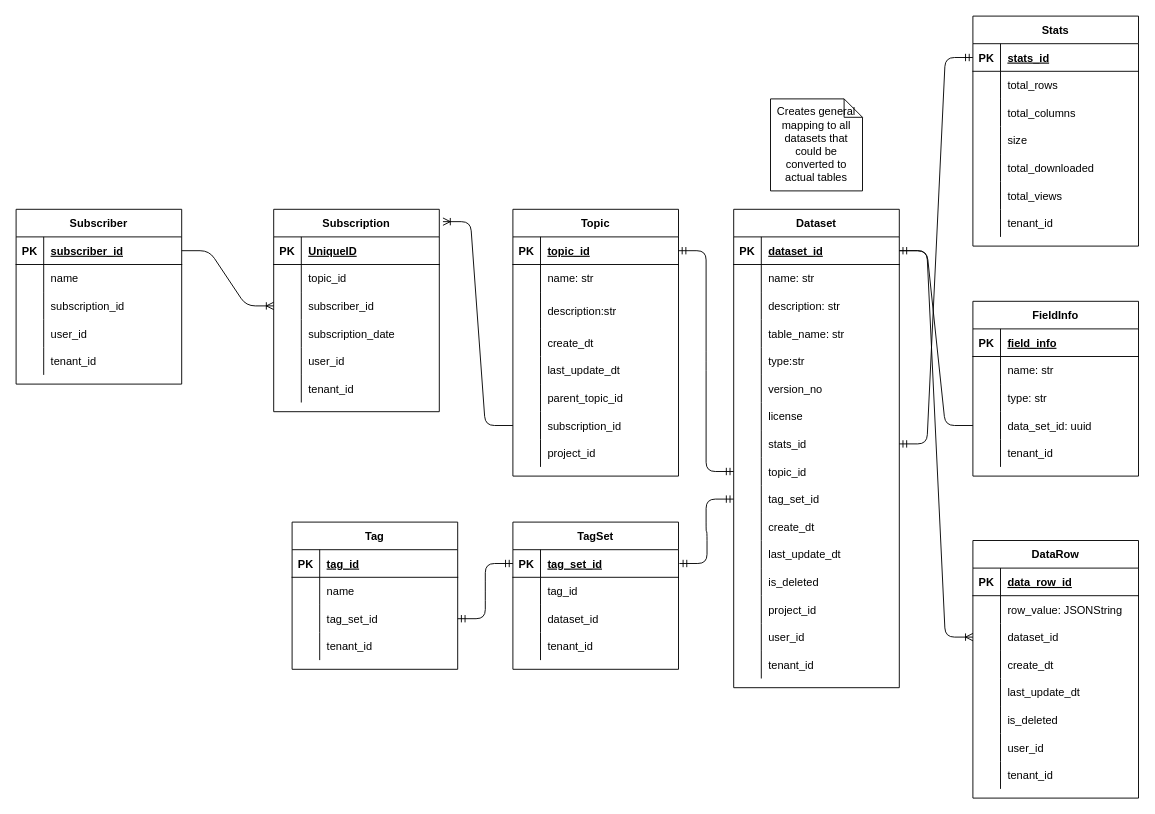
LENAX/public-sentiment-analysis keeps this draw.io diagram as page "Data Provider" (5 of 7) of docs/design/PubSent-Models.drawio. Above is the earlier version. Source tidied: cells renumbered, new cells numbered last; positions are measured from the earlier drawing's top-left corner, leaving out a move shared by most shapes. Both pictures are drawn from the tidied source at 92%, with x=0, y=0 at pixel (16, 16).
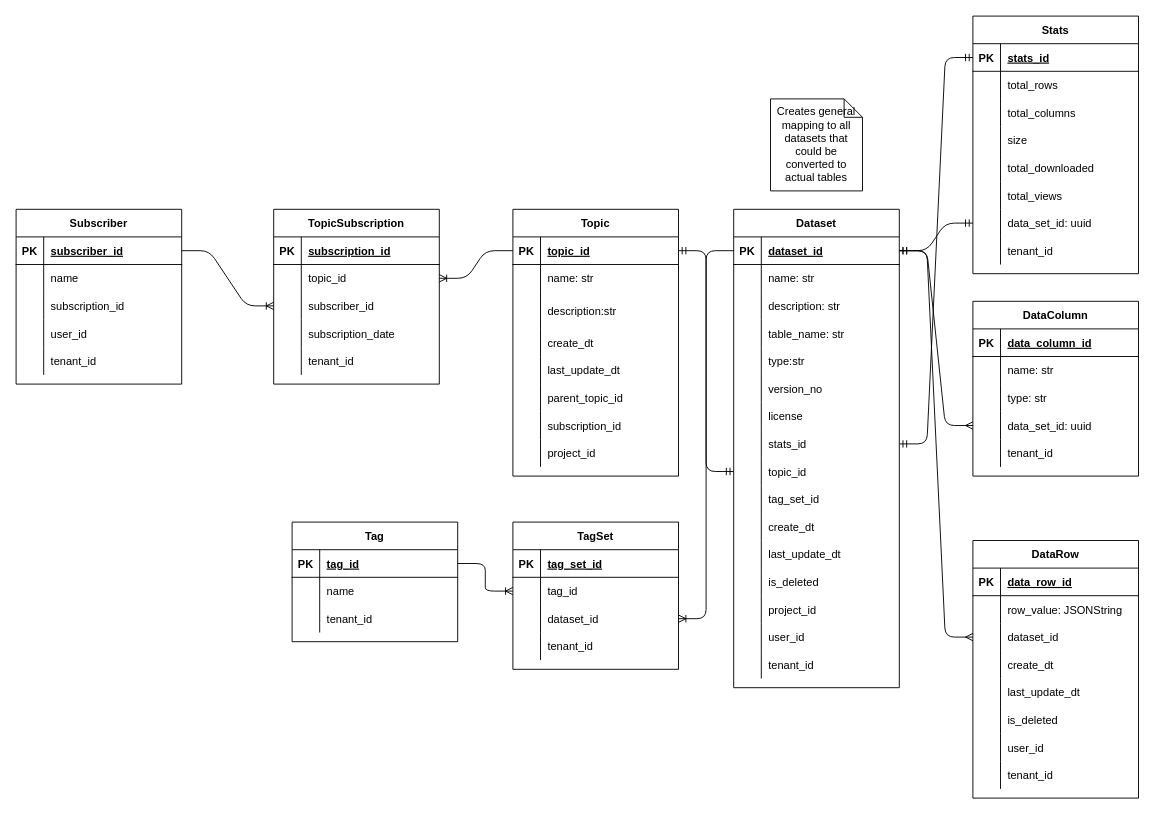
The same page after the edit.

The change refers to these unchanged cells:
```xml
<mxCell id="3" style="shape=partialRectangle;fillColor=none;top=0;left=0;bottom=1;right=0;points=[[0,0.5],[1,0.5]];portConstraint=eastwest;" parent="2" vertex="1">
  <mxGeometry y="30" width="180" height="30" as="geometry" />
</mxCell>
<mxCell id="30" style="shape=partialRectangle;fillColor=none;top=0;left=0;bottom=0;right=0;points=[[0,0.5],[1,0.5]];portConstraint=eastwest;" parent="2" vertex="1">
  <mxGeometry y="300" width="180" height="30" as="geometry" />
</mxCell>
<mxCell id="52" style="shape=partialRectangle;fillColor=none;top=0;left=0;bottom=1;right=0;" parent="51" vertex="1">
  <mxGeometry y="30" width="180" height="30" as="geometry" />
</mxCell>
<mxCell id="61" style="shape=partialRectangle;fillColor=none;top=0;left=0;bottom=0;right=0;points=[[0,0.5],[1,0.5]];portConstraint=eastwest;" parent="51" vertex="1">
  <mxGeometry y="120" width="180" height="30" as="geometry" />
</mxCell>
<mxCell id="74" style="shape=partialRectangle;fillColor=none;top=0;left=0;bottom=0;right=0;points=[[0,0.5],[1,0.5]];portConstraint=eastwest;" parent="67" vertex="1">
  <mxGeometry y="90" width="180" height="30" as="geometry" />
</mxCell>
<mxCell id="93" style="shape=partialRectangle;fillColor=none;top=0;left=0;bottom=1;right=0;points=[[0,0.5],[1,0.5]];portConstraint=eastwest;" parent="92" vertex="1">
  <mxGeometry y="30" width="180" height="30" as="geometry" />
</mxCell>
<mxCell id="111" style="shape=partialRectangle;fillColor=none;top=0;left=0;bottom=0;right=0;points=[[0,0.5],[1,0.5]];portConstraint=eastwest;" parent="92" vertex="1">
  <mxGeometry y="220" width="180" height="30" as="geometry" />
</mxCell>
<mxCell id="118" style="shape=partialRectangle;fillColor=none;top=0;left=0;bottom=1;right=0;" parent="117" vertex="1">
  <mxGeometry y="30" width="180" height="30" as="geometry" />
</mxCell>
<mxCell id="121" style="shape=partialRectangle;fillColor=none;top=0;left=0;bottom=0;right=0;points=[[0,0.5],[1,0.5]];portConstraint=eastwest;" parent="117" vertex="1">
  <mxGeometry y="60" width="180" height="30" as="geometry" />
</mxCell>
<mxCell id="175" style="shape=partialRectangle;fillColor=none;top=0;left=0;bottom=1;right=0;points=[[0,0.5],[1,0.5]];portConstraint=eastwest;" parent="174" vertex="1">
  <mxGeometry y="30" width="180" height="30" as="geometry" />
</mxCell>
<mxCell id="188" style="shape=partialRectangle;fillColor=none;top=0;left=0;bottom=1;right=0;points=[[0,0.5],[1,0.5]];portConstraint=eastwest;" parent="187" vertex="1">
  <mxGeometry y="30" width="180" height="30" as="geometry" />
</mxCell>
<mxCell id="191" style="shape=partialRectangle;fillColor=none;top=0;left=0;bottom=0;right=0;points=[[0,0.5],[1,0.5]];portConstraint=eastwest;" parent="187" vertex="1">
  <mxGeometry y="60" width="180" height="30" as="geometry" />
</mxCell>
<mxCell id="194" style="shape=partialRectangle;fillColor=none;top=0;left=0;bottom=0;right=0;points=[[0,0.5],[1,0.5]];portConstraint=eastwest;" parent="187" vertex="1">
  <mxGeometry y="90" width="180" height="30" as="geometry" />
</mxCell>
```

What changed in the source:
```diff
@@
-    <mxCell id="51" value="FieldInfo" style="shape=table;startSize=30;childLayout=tableLayout;rowLines=0;fontStyle=1;align=center;" parent="1" vertex="1">
+    <mxCell id="51" value="DataColumn" style="shape=table;startSize=30;childLayout=tableLayout;rowLines=0;fontStyle=1;align=center;" parent="1" vertex="1">
       <mxGeometry x="1040" y="310" width="180" height="190" as="geometry" />
     </mxCell>
@@
-    <mxCell id="54" value="field_info" style="shape=partialRectangle;fillColor=none;top=0;left=0;bottom=0;right=0;align=left;spacingLeft=6;fontStyle=5;overflow=hidden;" parent="52" vertex="1">
+    <mxCell id="54" value="data_column_id" style="shape=partialRectangle;fillColor=none;top=0;left=0;bottom=0;right=0;align=left;spacingLeft=6;fontStyle=5;overflow=hidden;" parent="52" vertex="1">
       <mxGeometry x="30" width="150" height="30" as="geometry" />
     </mxCell>
@@
-    <mxCell id="117" value="Subscription" style="shape=table;startSize=30;childLayout=tableLayout;rowLines=0;fontStyle=1;align=center;" parent="1" vertex="1">
-      <mxGeometry x="280" y="210" width="180" height="220" as="geometry" />
+    <mxCell id="117" value="TopicSubscription" style="shape=table;startSize=30;childLayout=tableLayout;rowLines=0;fontStyle=1;align=center;" parent="1" vertex="1">
+      <mxGeometry x="280" y="210" width="180" height="190" as="geometry" />
     </mxCell>
@@
-    <mxCell id="120" value="UniqueID" style="shape=partialRectangle;fillColor=none;top=0;left=0;bottom=0;right=0;align=left;spacingLeft=6;fontStyle=5;overflow=hidden;" parent="118" vertex="1">
+    <mxCell id="120" value="subscription_id" style="shape=partialRectangle;fillColor=none;top=0;left=0;bottom=0;right=0;align=left;spacingLeft=6;fontStyle=5;overflow=hidden;" parent="118" vertex="1">
       <mxGeometry x="30" width="150" height="30" as="geometry" />
     </mxCell>
@@
-    <mxCell id="130" style="shape=partialRectangle;fillColor=none;top=0;left=0;bottom=0;right=0;" parent="117" vertex="1">
-      <mxGeometry y="150" width="180" height="30" as="geometry" />
-    </mxCell>
-    <mxCell id="131" style="shape=partialRectangle;fillColor=none;top=0;left=0;bottom=0;right=0;overflow=hidden;" parent="130" vertex="1">
-      <mxGeometry width="30" height="30" as="geometry" />
-    </mxCell>
-    <mxCell id="132" value="user_id" style="shape=partialRectangle;fillColor=none;top=0;left=0;bottom=0;right=0;align=left;spacingLeft=6;overflow=hidden;" parent="130" vertex="1">
-      <mxGeometry x="30" width="150" height="30" as="geometry" />
-    </mxCell>
     <mxCell id="133" style="shape=partialRectangle;fillColor=none;top=0;left=0;bottom=0;right=0;" parent="117" vertex="1">
-      <mxGeometry y="180" width="180" height="30" as="geometry" />
+      <mxGeometry y="150" width="180" height="30" as="geometry" />
     </mxCell>
@@
     <mxCell id="152" value="Stats" style="shape=table;startSize=30;childLayout=tableLayout;rowLines=0;fontStyle=1;align=center;" parent="1" vertex="1">
-      <mxGeometry x="1040" width="180" height="250" as="geometry" />
+      <mxGeometry x="1040" width="180" height="280" as="geometry" />
     </mxCell>
@@
+    <mxCell id="209" style="shape=partialRectangle;fillColor=none;top=0;left=0;bottom=0;right=0;points=[[0,0.5],[1,0.5]];portConstraint=eastwest;" parent="152" vertex="1">
+      <mxGeometry y="210" width="180" height="30" as="geometry" />
+    </mxCell>
+    <mxCell id="210" style="shape=partialRectangle;fillColor=none;top=0;left=0;bottom=0;right=0;overflow=hidden;" parent="209" vertex="1">
+      <mxGeometry width="30" height="30" as="geometry" />
+    </mxCell>
+    <mxCell id="211" value="data_set_id: uuid" style="shape=partialRectangle;fillColor=none;top=0;left=0;bottom=0;right=0;align=left;spacingLeft=6;overflow=hidden;" parent="209" vertex="1">
+      <mxGeometry x="30" width="150" height="30" as="geometry" />
+    </mxCell>
     <mxCell id="171" style="shape=partialRectangle;fillColor=none;top=0;left=0;bottom=0;right=0;" parent="152" vertex="1">
-      <mxGeometry y="210" width="180" height="30" as="geometry" />
+      <mxGeometry y="240" width="180" height="30" as="geometry" />
     </mxCell>
@@
     <mxCell id="174" value="Tag" style="shape=table;startSize=30;childLayout=tableLayout;rowLines=0;fontStyle=1;align=center;" parent="1" vertex="1">
-      <mxGeometry x="300" y="550" width="180" height="160" as="geometry" />
+      <mxGeometry x="300" y="550" width="180" height="130" as="geometry" />
     </mxCell>
@@
-    <mxCell id="181" style="shape=partialRectangle;fillColor=none;top=0;left=0;bottom=0;right=0;points=[[0,0.5],[1,0.5]];portConstraint=eastwest;" parent="174" vertex="1">
-      <mxGeometry y="90" width="180" height="30" as="geometry" />
-    </mxCell>
-    <mxCell id="182" style="shape=partialRectangle;fillColor=none;top=0;left=0;bottom=0;right=0;overflow=hidden;" parent="181" vertex="1">
-      <mxGeometry width="30" height="30" as="geometry" />
-    </mxCell>
-    <mxCell id="183" value="tag_set_id" style="shape=partialRectangle;fillColor=none;top=0;left=0;bottom=0;right=0;align=left;spacingLeft=6;overflow=hidden;" parent="181" vertex="1">
-      <mxGeometry x="30" width="150" height="30" as="geometry" />
-    </mxCell>
     <mxCell id="184" style="shape=partialRectangle;fillColor=none;top=0;left=0;bottom=0;right=0;" parent="174" vertex="1">
-      <mxGeometry y="120" width="180" height="30" as="geometry" />
+      <mxGeometry y="90" width="180" height="30" as="geometry" />
     </mxCell>
@@
-    <mxCell id="203" style="edgeStyle=entityRelationEdgeStyle;fontSize=12;html=1;endArrow=ERmandOne;startArrow=ERmandOne;entryX=0;entryY=0.5;entryDx=0;entryDy=0;" parent="1" edge="1" target="30">
-      <mxGeometry relative="1" as="geometry">
-        <mxPoint x="721" y="595" as="sourcePoint" />
-      </mxGeometry>
-    </mxCell>
-    <mxCell id="204" style="edgeStyle=entityRelationEdgeStyle;fontSize=12;html=1;endArrow=ERmandOne;startArrow=ERmandOne;entryX=0;entryY=0.5;entryDx=0;entryDy=0;exitX=1;exitY=0.5;exitDx=0;exitDy=0;" parent="1" edge="1" source="181" target="188">
-      <mxGeometry relative="1" as="geometry" />
-    </mxCell>
-    <mxCell id="205" style="edgeStyle=entityRelationEdgeStyle;fontSize=12;html=1;endArrow=ERoneToMany;entryX=0;entryY=0.5;entryDx=0;entryDy=0;" parent="1" edge="1" source="3" target="74">
+    <mxCell id="205" style="edgeStyle=entityRelationEdgeStyle;fontSize=12;html=1;endArrow=ERmany;entryX=0;entryY=0.5;entryDx=0;entryDy=0;endFill=0;" parent="1" edge="1" source="3" target="74">
       <mxGeometry relative="1" as="geometry" />
     </mxCell>
-    <mxCell id="206" style="edgeStyle=entityRelationEdgeStyle;fontSize=12;html=1;endArrow=ERmandOne;exitX=0;exitY=0.5;exitDx=0;exitDy=0;entryX=1;entryY=0.5;entryDx=0;entryDy=0;" parent="1" edge="1" source="61" target="3">
+    <mxCell id="206" style="edgeStyle=entityRelationEdgeStyle;fontSize=12;html=1;endArrow=ERmandOne;exitX=0;exitY=0.5;exitDx=0;exitDy=0;entryX=1;entryY=0.5;entryDx=0;entryDy=0;startArrow=ERmany;startFill=0;" parent="1" edge="1" source="61" target="3">
       <mxGeometry relative="1" as="geometry" />
     </mxCell>
-    <mxCell id="207" style="edgeStyle=entityRelationEdgeStyle;fontSize=12;html=1;endArrow=ERoneToMany;exitX=0;exitY=0.5;exitDx=0;exitDy=0;entryX=1.022;entryY=0.061;entryDx=0;entryDy=0;entryPerimeter=0;" parent="1" edge="1" source="111" target="117">
-      <mxGeometry relative="1" as="geometry" />
-    </mxCell>
@@
+    <mxCell id="212" style="edgeStyle=entityRelationEdgeStyle;fontSize=12;html=1;endArrow=ERoneToMany;entryX=0;entryY=0.5;entryDx=0;entryDy=0;exitX=1;exitY=0.5;exitDx=0;exitDy=0;" parent="1" edge="1" source="175" target="191">
+      <mxGeometry relative="1" as="geometry" />
+    </mxCell>
+    <mxCell id="213" style="edgeStyle=entityRelationEdgeStyle;fontSize=12;html=1;endArrow=ERoneToMany;entryX=1;entryY=0.5;entryDx=0;entryDy=0;exitX=0;exitY=0.5;exitDx=0;exitDy=0;" parent="1" edge="1" source="93" target="121">
+      <mxGeometry relative="1" as="geometry" />
+    </mxCell>
+    <mxCell id="214" style="edgeStyle=entityRelationEdgeStyle;fontSize=12;html=1;endArrow=ERoneToMany;entryX=1;entryY=0.5;entryDx=0;entryDy=0;" parent="1" edge="1" source="3" target="194">
+      <mxGeometry relative="1" as="geometry" />
+    </mxCell>
+    <mxCell id="215" style="edgeStyle=entityRelationEdgeStyle;fontSize=12;html=1;endArrow=ERmandOne;startArrow=ERmandOne;exitX=0;exitY=0.5;exitDx=0;exitDy=0;entryX=1;entryY=0.5;entryDx=0;entryDy=0;" parent="1" edge="1" source="209" target="3">
+      <mxGeometry relative="1" as="geometry" />
+    </mxCell>
```
